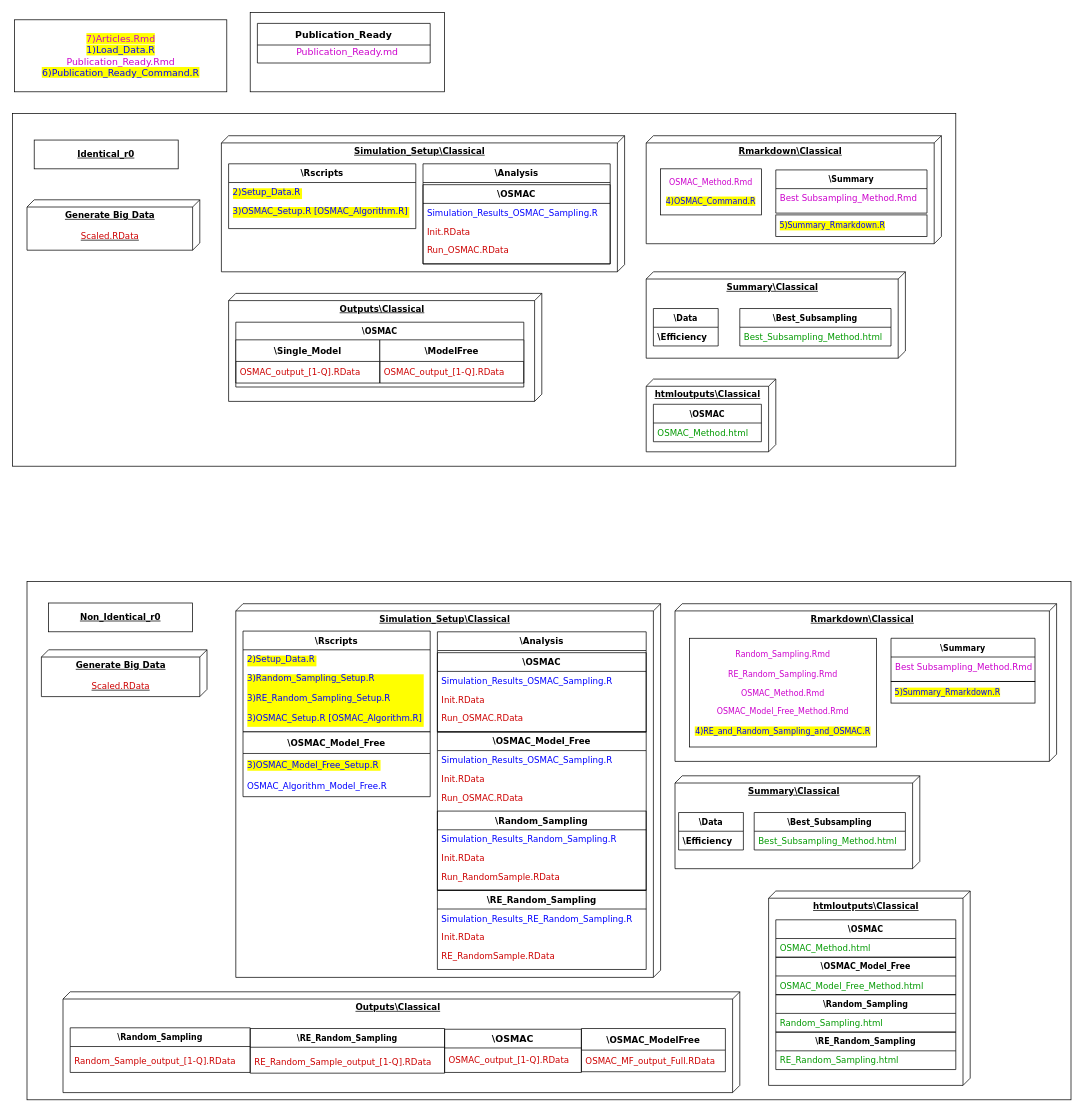
Amalan-ConStat/RS_OS_MROS_LR_RWS_SkinData keeps this draw.io diagram as Images/Brief_FullDiagram.drawio. Above is the earlier version. Source tidied: cells renumbered, new cells numbered last; positions are measured from the earlier drawing's top-left corner, leaving out a move shared by most shapes. Both pictures are drawn from the tidied source at 72%, with x=0, y=0 at pixel (12, 12).
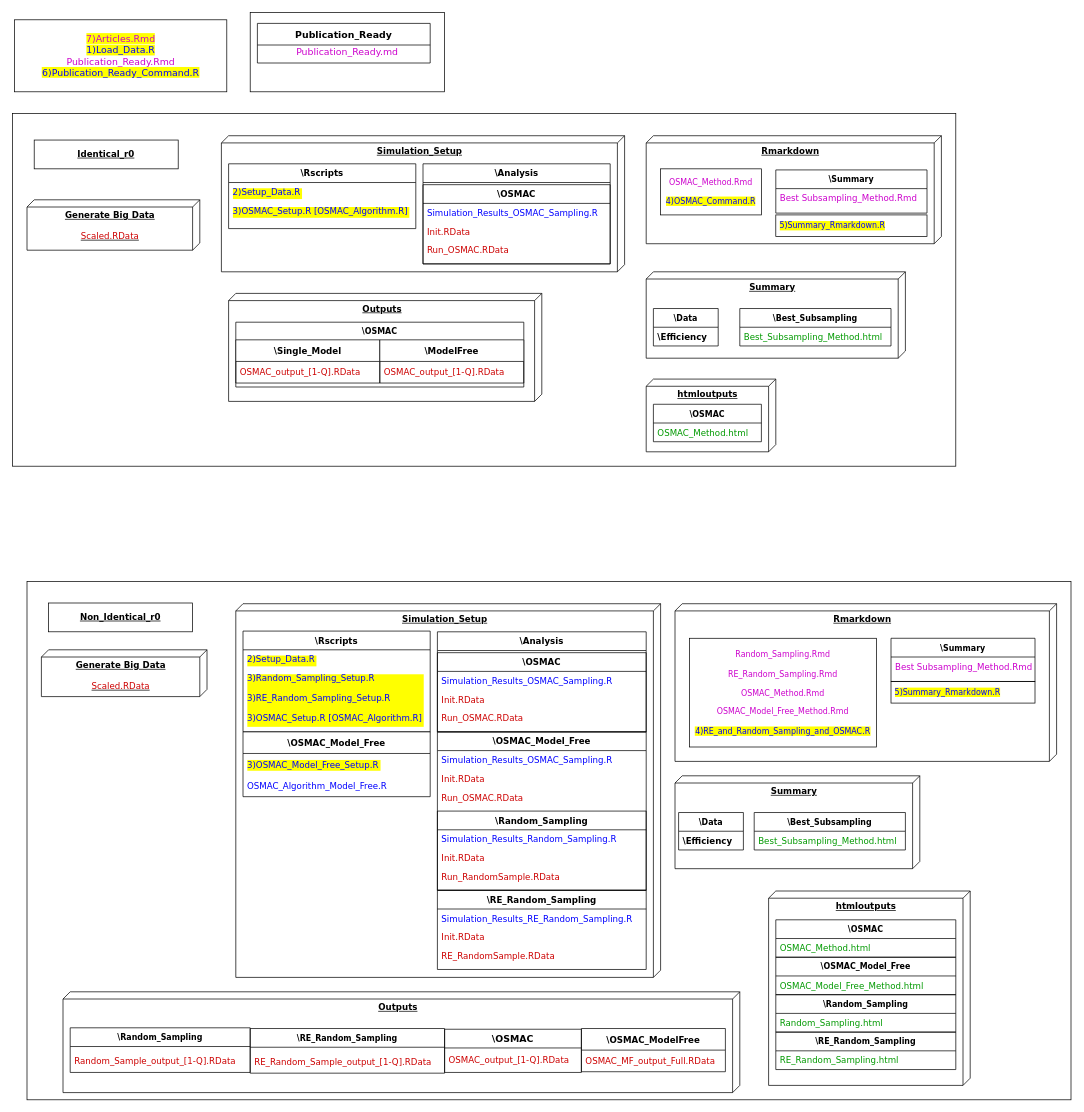
The same page after the edit.

What changed in the source:
```diff
@@
-    <mxCell id="6" value="htmloutputs\Classical&lt;br&gt;&lt;br&gt;" style="verticalAlign=top;align=center;spacingTop=8;spacingLeft=2;spacingRight=12;shape=cube;size=10;direction=south;fontStyle=5;html=1;rounded=0;shadow=0;comic=0;labelBackgroundColor=none;strokeWidth=1;fontFamily=Verdana;fontSize=12;" parent="1" vertex="1">
+    <mxCell id="6" value="htmloutputs&lt;br&gt;&lt;br&gt;" style="verticalAlign=top;align=center;spacingTop=8;spacingLeft=2;spacingRight=12;shape=cube;size=10;direction=south;fontStyle=5;html=1;rounded=0;shadow=0;comic=0;labelBackgroundColor=none;strokeWidth=1;fontFamily=Verdana;fontSize=12;" parent="1" vertex="1">
       <mxGeometry x="880" y="509" width="180" height="101" as="geometry" />
     </mxCell>
-    <mxCell id="7" value="Outputs\Classical" style="verticalAlign=top;align=center;spacingTop=8;spacingLeft=2;spacingRight=12;shape=cube;size=10;direction=south;fontStyle=5;html=1;rounded=0;shadow=0;comic=0;labelBackgroundColor=none;strokeWidth=1;fontFamily=Verdana;fontSize=12;" parent="1" vertex="1">
+    <mxCell id="7" value="Outputs" style="verticalAlign=top;align=center;spacingTop=8;spacingLeft=2;spacingRight=12;shape=cube;size=10;direction=south;fontStyle=5;html=1;rounded=0;shadow=0;comic=0;labelBackgroundColor=none;strokeWidth=1;fontFamily=Verdana;fontSize=12;" parent="1" vertex="1">
       <mxGeometry x="300" y="390" width="435" height="150" as="geometry" />
     </mxCell>
-    <mxCell id="8" value="&lt;b&gt;Rmarkdown\Classical&lt;/b&gt;" style="verticalAlign=top;align=center;spacingTop=8;spacingLeft=2;spacingRight=12;shape=cube;size=10;direction=south;fontStyle=4;html=1;rounded=0;shadow=0;comic=0;labelBackgroundColor=none;strokeWidth=1;fontFamily=Verdana;fontSize=12;" parent="1" vertex="1">
+    <mxCell id="8" value="&lt;b&gt;Rmarkdown&lt;/b&gt;" style="verticalAlign=top;align=center;spacingTop=8;spacingLeft=2;spacingRight=12;shape=cube;size=10;direction=south;fontStyle=4;html=1;rounded=0;shadow=0;comic=0;labelBackgroundColor=none;strokeWidth=1;fontFamily=Verdana;fontSize=12;" parent="1" vertex="1">
       <mxGeometry x="880" y="171" width="410" height="150" as="geometry" />
     </mxCell>
-    <mxCell id="9" value="Simulation_Setup\Classical" style="verticalAlign=top;align=center;spacingTop=8;spacingLeft=2;spacingRight=12;shape=cube;size=10;direction=south;fontStyle=5;html=1;rounded=0;shadow=0;comic=0;labelBackgroundColor=none;strokeWidth=1;fontFamily=Verdana;fontSize=12;" parent="1" vertex="1">
+    <mxCell id="9" value="Simulation_Setup" style="verticalAlign=top;align=center;spacingTop=8;spacingLeft=2;spacingRight=12;shape=cube;size=10;direction=south;fontStyle=5;html=1;rounded=0;shadow=0;comic=0;labelBackgroundColor=none;strokeWidth=1;fontFamily=Verdana;fontSize=12;" parent="1" vertex="1">
       <mxGeometry x="290" y="171" width="560" height="189" as="geometry" />
     </mxCell>
-    <mxCell id="10" value="&lt;b&gt;Summary\Classical&lt;/b&gt;" style="verticalAlign=top;align=center;spacingTop=8;spacingLeft=2;spacingRight=12;shape=cube;size=10;direction=south;fontStyle=4;html=1;rounded=0;shadow=0;comic=0;labelBackgroundColor=none;strokeWidth=1;fontFamily=Verdana;fontSize=12;" parent="1" vertex="1">
+    <mxCell id="10" value="&lt;b&gt;Summary&lt;/b&gt;" style="verticalAlign=top;align=center;spacingTop=8;spacingLeft=2;spacingRight=12;shape=cube;size=10;direction=south;fontStyle=4;html=1;rounded=0;shadow=0;comic=0;labelBackgroundColor=none;strokeWidth=1;fontFamily=Verdana;fontSize=12;" parent="1" vertex="1">
       <mxGeometry x="880" y="360" width="360" height="120" as="geometry" />
     </mxCell>
@@
-    <mxCell id="34" value="htmloutputs\Classical&lt;br&gt;&lt;br&gt;" style="verticalAlign=top;align=center;spacingTop=8;spacingLeft=2;spacingRight=12;shape=cube;size=10;direction=south;fontStyle=5;html=1;rounded=0;shadow=0;comic=0;labelBackgroundColor=none;strokeWidth=1;fontFamily=Verdana;fontSize=12;" parent="1" vertex="1">
+    <mxCell id="34" value="htmloutputs&lt;br&gt;" style="verticalAlign=top;align=center;spacingTop=8;spacingLeft=2;spacingRight=12;shape=cube;size=10;direction=south;fontStyle=5;html=1;rounded=0;shadow=0;comic=0;labelBackgroundColor=none;strokeWidth=1;fontFamily=Verdana;fontSize=12;" parent="1" vertex="1">
       <mxGeometry x="1050" y="1220" width="280" height="270" as="geometry" />
     </mxCell>
-    <mxCell id="35" value="Outputs\Classical" style="verticalAlign=top;align=center;spacingTop=8;spacingLeft=2;spacingRight=12;shape=cube;size=10;direction=south;fontStyle=5;html=1;rounded=0;shadow=0;comic=0;labelBackgroundColor=none;strokeWidth=1;fontFamily=Verdana;fontSize=12;" parent="1" vertex="1">
+    <mxCell id="35" value="Outputs" style="verticalAlign=top;align=center;spacingTop=8;spacingLeft=2;spacingRight=12;shape=cube;size=10;direction=south;fontStyle=5;html=1;rounded=0;shadow=0;comic=0;labelBackgroundColor=none;strokeWidth=1;fontFamily=Verdana;fontSize=12;" parent="1" vertex="1">
       <mxGeometry x="70" y="1360" width="940" height="140" as="geometry" />
     </mxCell>
-    <mxCell id="36" value="&lt;b&gt;Rmarkdown\Classical&lt;/b&gt;" style="verticalAlign=top;align=center;spacingTop=8;spacingLeft=2;spacingRight=12;shape=cube;size=10;direction=south;fontStyle=4;html=1;rounded=0;shadow=0;comic=0;labelBackgroundColor=none;strokeWidth=1;fontFamily=Verdana;fontSize=12;" parent="1" vertex="1">
+    <mxCell id="36" value="&lt;b&gt;Rmarkdown&lt;/b&gt;" style="verticalAlign=top;align=center;spacingTop=8;spacingLeft=2;spacingRight=12;shape=cube;size=10;direction=south;fontStyle=4;html=1;rounded=0;shadow=0;comic=0;labelBackgroundColor=none;strokeWidth=1;fontFamily=Verdana;fontSize=12;" parent="1" vertex="1">
       <mxGeometry x="920" y="821" width="530" height="219" as="geometry" />
     </mxCell>
-    <mxCell id="37" value="Simulation_Setup\Classical" style="verticalAlign=top;align=center;spacingTop=8;spacingLeft=2;spacingRight=12;shape=cube;size=10;direction=south;fontStyle=5;html=1;rounded=0;shadow=0;comic=0;labelBackgroundColor=none;strokeWidth=1;fontFamily=Verdana;fontSize=12;" parent="1" vertex="1">
+    <mxCell id="37" value="Simulation_Setup" style="verticalAlign=top;align=center;spacingTop=8;spacingLeft=2;spacingRight=12;shape=cube;size=10;direction=south;fontStyle=5;html=1;rounded=0;shadow=0;comic=0;labelBackgroundColor=none;strokeWidth=1;fontFamily=Verdana;fontSize=12;" parent="1" vertex="1">
       <mxGeometry x="310" y="821" width="590" height="519" as="geometry" />
     </mxCell>
-    <mxCell id="38" value="&lt;b&gt;Summary\Classical&lt;/b&gt;" style="verticalAlign=top;align=center;spacingTop=8;spacingLeft=2;spacingRight=12;shape=cube;size=10;direction=south;fontStyle=4;html=1;rounded=0;shadow=0;comic=0;labelBackgroundColor=none;strokeWidth=1;fontFamily=Verdana;fontSize=12;" parent="1" vertex="1">
+    <mxCell id="38" value="&lt;b&gt;Summary&lt;/b&gt;" style="verticalAlign=top;align=center;spacingTop=8;spacingLeft=2;spacingRight=12;shape=cube;size=10;direction=south;fontStyle=4;html=1;rounded=0;shadow=0;comic=0;labelBackgroundColor=none;strokeWidth=1;fontFamily=Verdana;fontSize=12;" parent="1" vertex="1">
       <mxGeometry x="920" y="1060" width="340" height="129" as="geometry" />
     </mxCell>
```
